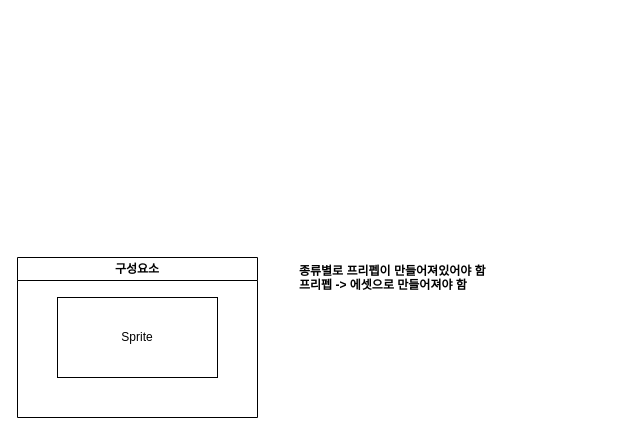
Above: page "TileBackgroundPrefab" (5 of 6) of documents/Overall System For Map system.drawio in VanSubstance/To-the-North (draw.io), before the change. Source tidied: cells renumbered, new cells numbered last; positions are measured from the earlier drawing's top-left corner, leaving out a move shared by most shapes. Both pictures are drawn from the tidied source at 100%, with x=0, y=0 at pixel (17, 257).
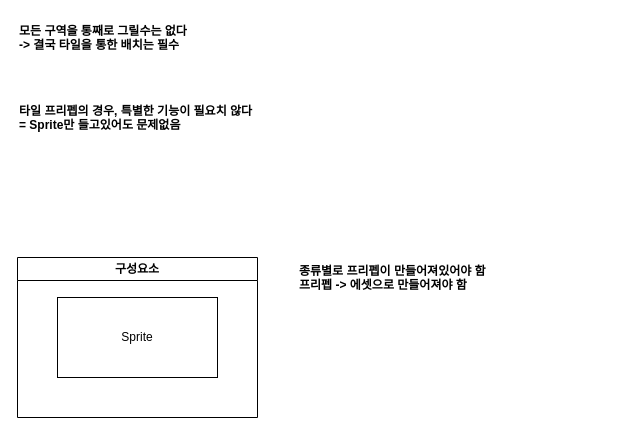
After the change.

Diff of the diagram source:
```diff
@@
 <mxGraphModel>
   <root>
     <mxCell id="0" />
     <mxCell id="1" parent="0" />
     <mxCell id="2" value="구성요소" style="swimlane;whiteSpace=wrap;html=1;" parent="1" vertex="1">
       <mxGeometry width="240" height="160" as="geometry" />
     </mxCell>
     <mxCell id="3" value="Sprite" style="rounded=0;whiteSpace=wrap;html=1;" parent="2" vertex="1">
       <mxGeometry x="40" y="40" width="160" height="80" as="geometry" />
     </mxCell>
     <mxCell id="4" value="종류별로 프리펩이 만들어져있어야 함&lt;br&gt;프리펩 -&amp;gt; 에셋으로 만들어져야 함" style="text;html=1;strokeColor=none;fillColor=none;align=left;verticalAlign=top;whiteSpace=wrap;rounded=0;fontStyle=1;" parent="1" vertex="1">
       <mxGeometry x="280" width="240" height="160" as="geometry" />
     </mxCell>
+    <mxCell id="5" value="모든 구역을 통째로 그릴수는 없다&lt;br&gt;-&amp;gt; 결국 타일을 통한 배치는 필수" style="text;html=1;strokeColor=none;fillColor=none;align=left;verticalAlign=top;whiteSpace=wrap;rounded=0;fontStyle=1;" parent="1" vertex="1">
+      <mxGeometry y="-240" width="600" height="40" as="geometry" />
+    </mxCell>
+    <mxCell id="6" value="타일 프리펩의 경우, 특별한 기능이 필요치 않다&lt;br&gt;= Sprite만 들고있어도 문제없음" style="text;html=1;strokeColor=none;fillColor=none;align=left;verticalAlign=top;whiteSpace=wrap;rounded=0;fontStyle=1;" parent="1" vertex="1">
+      <mxGeometry y="-160" width="600" height="40" as="geometry" />
+    </mxCell>
   </root>
 </mxGraphModel>
```
